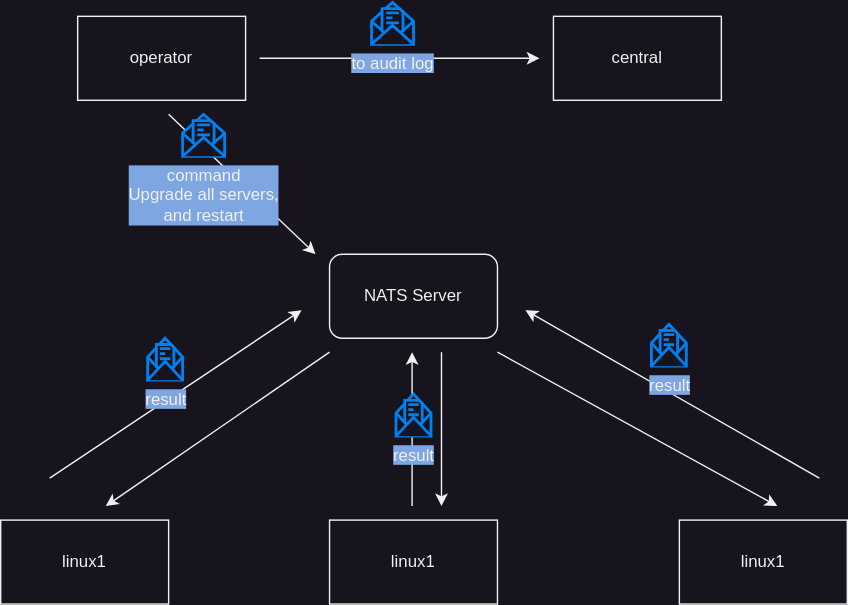
This is doc/core-messaging.svg from postmannen/ctrl, a draw.io export, as it was before one commit. Source tidied: cells renumbered, new cells last; positions are measured from the earlier drawing's top-left corner, leaving out a move shared by most shapes. Its diagram source:
```xml
<mxGraphModel>
  <root>
    <mxCell id="0" />
    <mxCell id="1" parent="0" />
    <mxCell id="2" value="central" style="rounded=0;whiteSpace=wrap;html=1;" parent="1" vertex="1">
      <mxGeometry x="395" y="10" width="120" height="60" as="geometry" />
    </mxCell>
    <mxCell id="3" value="operator" style="rounded=0;whiteSpace=wrap;html=1;" parent="1" vertex="1">
      <mxGeometry x="55" y="10" width="120" height="60" as="geometry" />
    </mxCell>
    <mxCell id="4" value="linux1" style="rounded=0;whiteSpace=wrap;html=1;" parent="1" vertex="1">
      <mxGeometry y="370" width="120" height="60" as="geometry" />
    </mxCell>
    <mxCell id="5" value="linux1" style="rounded=0;whiteSpace=wrap;html=1;" parent="1" vertex="1">
      <mxGeometry x="235" y="370" width="120" height="60" as="geometry" />
    </mxCell>
    <mxCell id="6" value="linux1" style="rounded=0;whiteSpace=wrap;html=1;" parent="1" vertex="1">
      <mxGeometry x="485" y="370" width="120" height="60" as="geometry" />
    </mxCell>
    <mxCell id="7" value="NATS Server" style="rounded=1;whiteSpace=wrap;html=1;" parent="1" vertex="1">
      <mxGeometry x="235" y="180" width="120" height="60" as="geometry" />
    </mxCell>
    <mxCell id="8" style="endArrow=classic;html=1;rounded=0;" parent="1" edge="1">
      <mxGeometry relative="1" as="geometry">
        <mxPoint x="120" y="80" as="sourcePoint" />
        <mxPoint x="225" y="180" as="targetPoint" />
      </mxGeometry>
    </mxCell>
    <mxCell id="9" value="command&lt;br&gt;Upgrade all servers,&lt;br&gt;and restart" style="html=1;verticalLabelPosition=bottom;align=center;labelBackgroundColor=#7EA6E0;verticalAlign=top;strokeWidth=2;strokeColor=#0080F0;shadow=0;dashed=0;shape=mxgraph.ios7.icons.envelope_(message);" parent="1" vertex="1">
      <mxGeometry x="130" y="80" width="30" height="30" as="geometry" />
    </mxCell>
    <mxCell id="10" style="endArrow=classic;html=1;rounded=0;" parent="1" edge="1">
      <mxGeometry relative="1" as="geometry">
        <mxPoint x="235" y="250" as="sourcePoint" />
        <mxPoint x="75" y="360" as="targetPoint" />
      </mxGeometry>
    </mxCell>
    <mxCell id="11" style="endArrow=classic;html=1;rounded=0;" parent="1" edge="1">
      <mxGeometry relative="1" as="geometry">
        <mxPoint x="315" y="250" as="sourcePoint" />
        <mxPoint x="315" y="360" as="targetPoint" />
      </mxGeometry>
    </mxCell>
    <mxCell id="12" style="endArrow=classic;html=1;rounded=0;" parent="1" edge="1">
      <mxGeometry relative="1" as="geometry">
        <mxPoint x="355" y="250" as="sourcePoint" />
        <mxPoint x="555" y="360" as="targetPoint" />
      </mxGeometry>
    </mxCell>
    <mxCell id="13" style="endArrow=classic;html=1;rounded=0;" parent="1" edge="1">
      <mxGeometry relative="1" as="geometry">
        <mxPoint x="185" y="40" as="sourcePoint" />
        <mxPoint x="385" y="40" as="targetPoint" />
      </mxGeometry>
    </mxCell>
    <mxCell id="14" value="to audit log" style="html=1;verticalLabelPosition=bottom;align=center;labelBackgroundColor=#7EA6E0;verticalAlign=top;strokeWidth=2;strokeColor=#0080F0;shadow=0;dashed=0;shape=mxgraph.ios7.icons.envelope_(message);" parent="1" vertex="1">
      <mxGeometry x="265" width="30" height="30" as="geometry" />
    </mxCell>
    <mxCell id="15" style="endArrow=classic;html=1;rounded=0;" parent="1" edge="1">
      <mxGeometry relative="1" as="geometry">
        <mxPoint x="35" y="340" as="sourcePoint" />
        <mxPoint x="215" y="220" as="targetPoint" />
      </mxGeometry>
    </mxCell>
    <mxCell id="16" value="result" style="html=1;verticalLabelPosition=bottom;align=center;labelBackgroundColor=#7EA6E0;verticalAlign=top;strokeWidth=2;strokeColor=#0080F0;shadow=0;dashed=0;shape=mxgraph.ios7.icons.envelope_(message);" parent="1" vertex="1">
      <mxGeometry x="105" y="240" width="25" height="30" as="geometry" />
    </mxCell>
    <mxCell id="17" style="endArrow=classic;html=1;rounded=0;" parent="1" edge="1">
      <mxGeometry relative="1" as="geometry">
        <mxPoint x="294" y="360" as="sourcePoint" />
        <mxPoint x="294" y="250" as="targetPoint" />
      </mxGeometry>
    </mxCell>
    <mxCell id="18" style="endArrow=classic;html=1;rounded=0;" parent="1" edge="1">
      <mxGeometry relative="1" as="geometry">
        <mxPoint x="585" y="340" as="sourcePoint" />
        <mxPoint x="375" y="220" as="targetPoint" />
      </mxGeometry>
    </mxCell>
    <mxCell id="19" value="result" style="html=1;verticalLabelPosition=bottom;align=center;labelBackgroundColor=#7EA6E0;verticalAlign=top;strokeWidth=2;strokeColor=#0080F0;shadow=0;dashed=0;shape=mxgraph.ios7.icons.envelope_(message);" parent="1" vertex="1">
      <mxGeometry x="282.5" y="280" width="25" height="30" as="geometry" />
    </mxCell>
    <mxCell id="20" value="result" style="html=1;verticalLabelPosition=bottom;align=center;labelBackgroundColor=#7EA6E0;verticalAlign=top;strokeWidth=2;strokeColor=#0080F0;shadow=0;dashed=0;shape=mxgraph.ios7.icons.envelope_(message);" parent="1" vertex="1">
      <mxGeometry x="465" y="230" width="25" height="30" as="geometry" />
    </mxCell>
  </root>
</mxGraphModel>
```
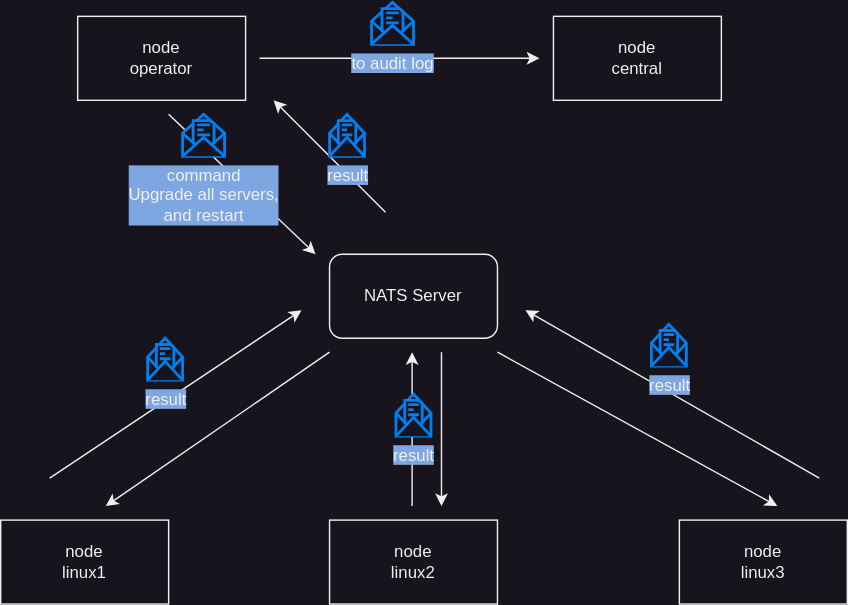
Above is the later version.

Diff of the diagram source:
```diff
@@ -2,19 +2,19 @@
   <root>
     <mxCell id="0" />
     <mxCell id="1" parent="0" />
-    <mxCell id="2" value="central" style="rounded=0;whiteSpace=wrap;html=1;" parent="1" vertex="1">
+    <mxCell id="2" value="node&lt;br&gt;central" style="rounded=0;whiteSpace=wrap;html=1;" parent="1" vertex="1">
       <mxGeometry x="395" y="10" width="120" height="60" as="geometry" />
     </mxCell>
-    <mxCell id="3" value="operator" style="rounded=0;whiteSpace=wrap;html=1;" parent="1" vertex="1">
+    <mxCell id="3" value="node&lt;br&gt;operator" style="rounded=0;whiteSpace=wrap;html=1;" parent="1" vertex="1">
       <mxGeometry x="55" y="10" width="120" height="60" as="geometry" />
     </mxCell>
-    <mxCell id="4" value="linux1" style="rounded=0;whiteSpace=wrap;html=1;" parent="1" vertex="1">
+    <mxCell id="4" value="node&lt;br&gt;linux1" style="rounded=0;whiteSpace=wrap;html=1;" parent="1" vertex="1">
       <mxGeometry y="370" width="120" height="60" as="geometry" />
     </mxCell>
-    <mxCell id="5" value="linux1" style="rounded=0;whiteSpace=wrap;html=1;" parent="1" vertex="1">
+    <mxCell id="5" value="node&lt;br&gt;linux2" style="rounded=0;whiteSpace=wrap;html=1;" parent="1" vertex="1">
       <mxGeometry x="235" y="370" width="120" height="60" as="geometry" />
     </mxCell>
-    <mxCell id="6" value="linux1" style="rounded=0;whiteSpace=wrap;html=1;" parent="1" vertex="1">
+    <mxCell id="6" value="node&lt;br&gt;linux3" style="rounded=0;whiteSpace=wrap;html=1;" parent="1" vertex="1">
       <mxGeometry x="485" y="370" width="120" height="60" as="geometry" />
     </mxCell>
     <mxCell id="7" value="NATS Server" style="rounded=1;whiteSpace=wrap;html=1;" parent="1" vertex="1">
@@ -83,5 +83,14 @@
     <mxCell id="20" value="result" style="html=1;verticalLabelPosition=bottom;align=center;labelBackgroundColor=#7EA6E0;verticalAlign=top;strokeWidth=2;strokeColor=#0080F0;shadow=0;dashed=0;shape=mxgraph.ios7.icons.envelope_(message);" parent="1" vertex="1">
       <mxGeometry x="465" y="230" width="25" height="30" as="geometry" />
     </mxCell>
+    <mxCell id="21" style="endArrow=classic;html=1;rounded=0;" parent="1" edge="1">
+      <mxGeometry relative="1" as="geometry">
+        <mxPoint x="275" y="150" as="sourcePoint" />
+        <mxPoint x="195" y="70" as="targetPoint" />
+      </mxGeometry>
+    </mxCell>
+    <mxCell id="22" value="result" style="html=1;verticalLabelPosition=bottom;align=center;labelBackgroundColor=#7EA6E0;verticalAlign=top;strokeWidth=2;strokeColor=#0080F0;shadow=0;dashed=0;shape=mxgraph.ios7.icons.envelope_(message);" parent="1" vertex="1">
+      <mxGeometry x="235" y="80" width="25" height="30" as="geometry" />
+    </mxCell>
   </root>
 </mxGraphModel>
```
